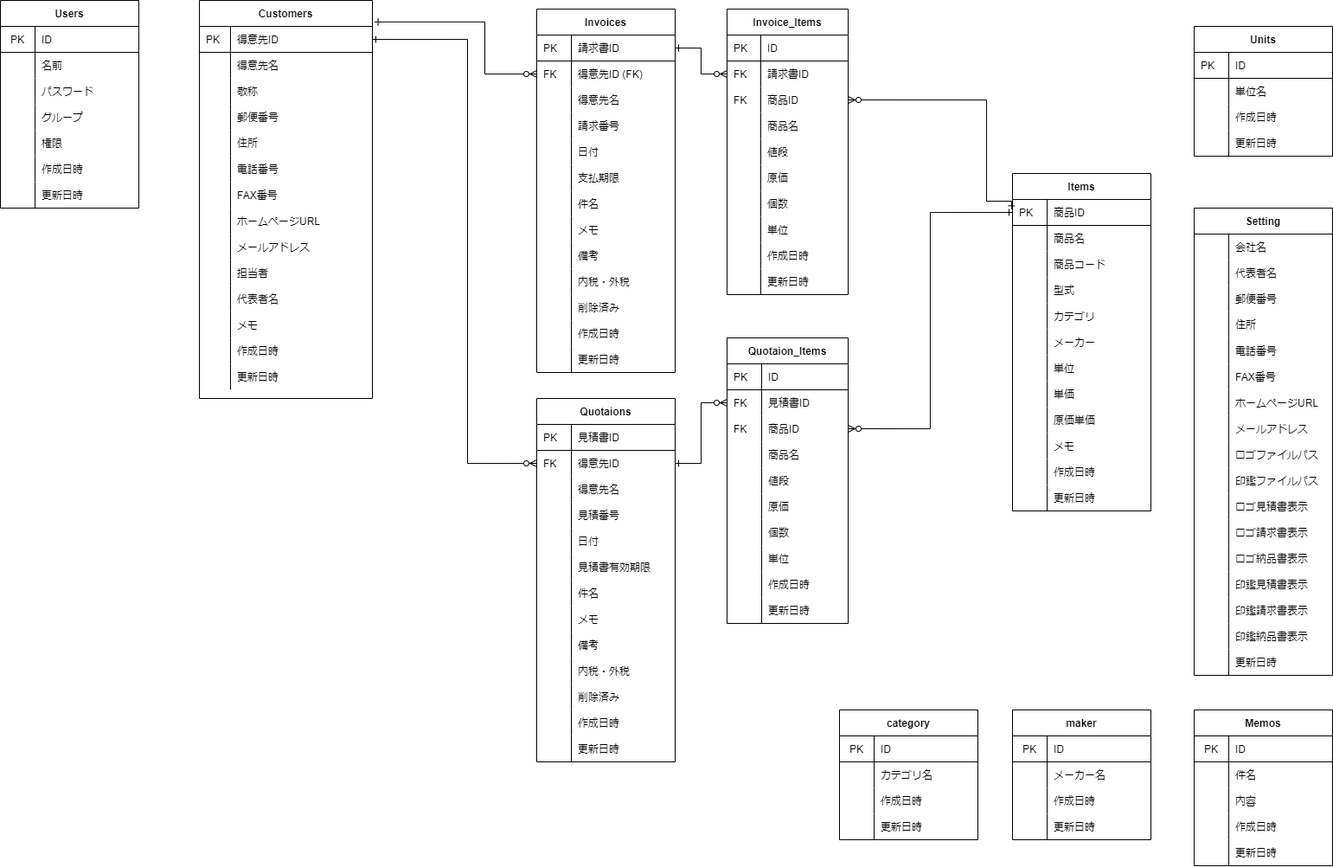
Above: soho_er.png in gamasenninn/caddie-clone (draw.io), before the change. Source tidied: cells renumbered, new cells last; positions are measured from the earlier drawing's top-left corner, leaving out a move shared by most shapes.
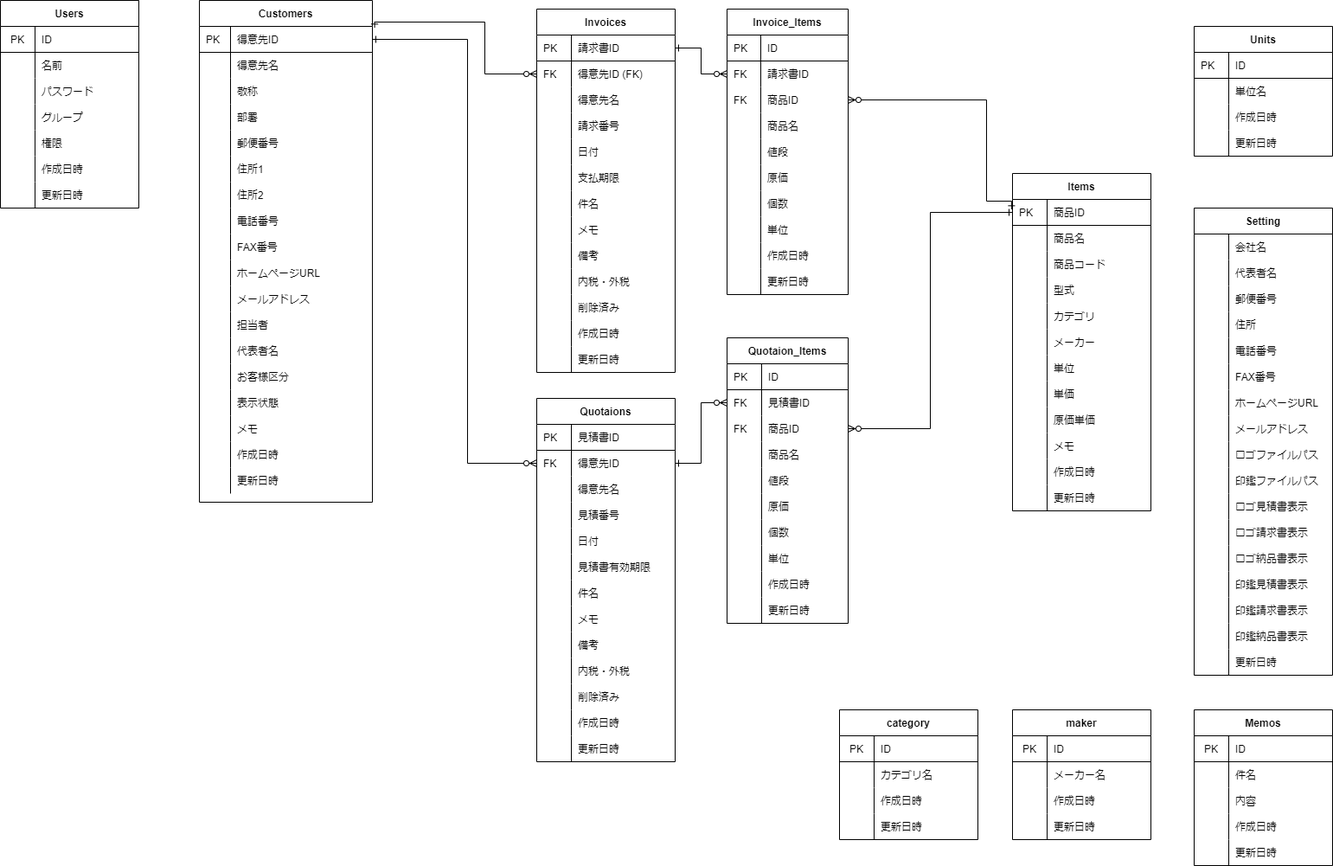
Above is the later version.

What changed in the source:
```diff
@@ -3,7 +3,7 @@
     <mxCell id="0" />
     <mxCell id="1" parent="0" />
     <mxCell id="2" value="Customers" style="shape=table;startSize=30;rowLines=0;fontStyle=1;align=center;" parent="1" vertex="1">
-      <mxGeometry x="230" width="200" height="460" as="geometry" />
+      <mxGeometry x="230" width="200" height="580" as="geometry" />
     </mxCell>
     <mxCell id="3" style="shape=partialRectangle;html=1;whiteSpace=wrap;fillColor=none;top=0;left=0;bottom=1;right=0;points=[[0,0.5],[1,0.5]];portConstraint=eastwest;" parent="2" vertex="1">
       <mxGeometry y="30" width="200" height="30" as="geometry" />
@@ -32,8 +32,17 @@
     <mxCell id="11" value="敬称" style="shape=partialRectangle;html=1;whiteSpace=wrap;fillColor=none;top=0;left=0;bottom=0;right=0;align=left;spacingLeft=6;overflow=hidden;" parent="9" vertex="1">
       <mxGeometry x="36" width="164" height="30" as="geometry" />
     </mxCell>
+    <mxCell id="359" style="shape=partialRectangle;html=1;whiteSpace=wrap;fillColor=none;top=0;left=0;bottom=0;right=0;" parent="2" vertex="1">
+      <mxGeometry y="120" width="200" height="30" as="geometry" />
+    </mxCell>
+    <mxCell id="360" style="shape=partialRectangle;html=1;whiteSpace=wrap;fillColor=none;top=0;left=0;bottom=0;right=0;align=left;spacingLeft=6;overflow=hidden;" parent="359" vertex="1">
+      <mxGeometry width="36" height="30" as="geometry" />
+    </mxCell>
+    <mxCell id="361" value="部署" style="shape=partialRectangle;html=1;whiteSpace=wrap;fillColor=none;top=0;left=0;bottom=0;right=0;align=left;spacingLeft=6;overflow=hidden;" parent="359" vertex="1">
+      <mxGeometry x="36" width="164" height="30" as="geometry" />
+    </mxCell>
     <mxCell id="12" style="shape=partialRectangle;html=1;whiteSpace=wrap;fillColor=none;top=0;left=0;bottom=0;right=0;" parent="2" vertex="1">
-      <mxGeometry y="120" width="200" height="30" as="geometry" />
+      <mxGeometry y="150" width="200" height="30" as="geometry" />
     </mxCell>
     <mxCell id="13" style="shape=partialRectangle;html=1;whiteSpace=wrap;fillColor=none;top=0;left=0;bottom=0;right=0;align=left;spacingLeft=6;overflow=hidden;" parent="12" vertex="1">
       <mxGeometry width="36" height="30" as="geometry" />
@@ -42,16 +51,25 @@
       <mxGeometry x="36" width="164" height="30" as="geometry" />
     </mxCell>
     <mxCell id="15" style="shape=partialRectangle;html=1;whiteSpace=wrap;fillColor=none;top=0;left=0;bottom=0;right=0;" parent="2" vertex="1">
-      <mxGeometry y="150" width="200" height="30" as="geometry" />
+      <mxGeometry y="180" width="200" height="30" as="geometry" />
     </mxCell>
     <mxCell id="16" style="shape=partialRectangle;html=1;whiteSpace=wrap;fillColor=none;top=0;left=0;bottom=0;right=0;align=left;spacingLeft=6;overflow=hidden;" parent="15" vertex="1">
       <mxGeometry width="36" height="30" as="geometry" />
     </mxCell>
-    <mxCell id="17" value="住所" style="shape=partialRectangle;html=1;whiteSpace=wrap;fillColor=none;top=0;left=0;bottom=0;right=0;align=left;spacingLeft=6;overflow=hidden;" parent="15" vertex="1">
+    <mxCell id="17" value="住所1" style="shape=partialRectangle;html=1;whiteSpace=wrap;fillColor=none;top=0;left=0;bottom=0;right=0;align=left;spacingLeft=6;overflow=hidden;" parent="15" vertex="1">
       <mxGeometry x="36" width="164" height="30" as="geometry" />
     </mxCell>
+    <mxCell id="362" style="shape=partialRectangle;html=1;whiteSpace=wrap;fillColor=none;top=0;left=0;bottom=0;right=0;" parent="2" vertex="1">
+      <mxGeometry y="210" width="200" height="30" as="geometry" />
+    </mxCell>
+    <mxCell id="363" style="shape=partialRectangle;html=1;whiteSpace=wrap;fillColor=none;top=0;left=0;bottom=0;right=0;align=left;spacingLeft=6;overflow=hidden;" parent="362" vertex="1">
+      <mxGeometry width="36" height="30" as="geometry" />
+    </mxCell>
+    <mxCell id="364" value="住所2" style="shape=partialRectangle;html=1;whiteSpace=wrap;fillColor=none;top=0;left=0;bottom=0;right=0;align=left;spacingLeft=6;overflow=hidden;" parent="362" vertex="1">
+      <mxGeometry x="36" width="164" height="30" as="geometry" />
+    </mxCell>
     <mxCell id="18" style="shape=partialRectangle;html=1;whiteSpace=wrap;fillColor=none;top=0;left=0;bottom=0;right=0;" parent="2" vertex="1">
-      <mxGeometry y="180" width="200" height="30" as="geometry" />
+      <mxGeometry y="240" width="200" height="30" as="geometry" />
     </mxCell>
     <mxCell id="19" style="shape=partialRectangle;html=1;whiteSpace=wrap;fillColor=none;top=0;left=0;bottom=0;right=0;align=left;spacingLeft=6;overflow=hidden;" parent="18" vertex="1">
       <mxGeometry width="36" height="30" as="geometry" />
@@ -60,7 +78,7 @@
       <mxGeometry x="36" width="164" height="30" as="geometry" />
     </mxCell>
     <mxCell id="21" style="shape=partialRectangle;html=1;whiteSpace=wrap;fillColor=none;top=0;left=0;bottom=0;right=0;" parent="2" vertex="1">
-      <mxGeometry y="210" width="200" height="30" as="geometry" />
+      <mxGeometry y="270" width="200" height="30" as="geometry" />
     </mxCell>
     <mxCell id="22" style="shape=partialRectangle;html=1;whiteSpace=wrap;fillColor=none;top=0;left=0;bottom=0;right=0;align=left;spacingLeft=6;overflow=hidden;" parent="21" vertex="1">
       <mxGeometry width="36" height="30" as="geometry" />
@@ -69,7 +87,7 @@
       <mxGeometry x="36" width="164" height="30" as="geometry" />
     </mxCell>
     <mxCell id="24" style="shape=partialRectangle;html=1;whiteSpace=wrap;fillColor=none;top=0;left=0;bottom=0;right=0;" parent="2" vertex="1">
-      <mxGeometry y="240" width="200" height="30" as="geometry" />
+      <mxGeometry y="300" width="200" height="30" as="geometry" />
     </mxCell>
     <mxCell id="25" style="shape=partialRectangle;html=1;whiteSpace=wrap;fillColor=none;top=0;left=0;bottom=0;right=0;align=left;spacingLeft=6;overflow=hidden;" parent="24" vertex="1">
       <mxGeometry width="36" height="30" as="geometry" />
@@ -78,7 +96,7 @@
       <mxGeometry x="36" width="164" height="30" as="geometry" />
     </mxCell>
     <mxCell id="27" style="shape=partialRectangle;html=1;whiteSpace=wrap;fillColor=none;top=0;left=0;bottom=0;right=0;" parent="2" vertex="1">
-      <mxGeometry y="270" width="200" height="30" as="geometry" />
+      <mxGeometry y="330" width="200" height="30" as="geometry" />
     </mxCell>
     <mxCell id="28" style="shape=partialRectangle;html=1;whiteSpace=wrap;fillColor=none;top=0;left=0;bottom=0;right=0;align=left;spacingLeft=6;overflow=hidden;" parent="27" vertex="1">
       <mxGeometry width="36" height="30" as="geometry" />
@@ -87,7 +105,7 @@
       <mxGeometry x="36" width="164" height="30" as="geometry" />
     </mxCell>
     <mxCell id="30" style="shape=partialRectangle;html=1;whiteSpace=wrap;fillColor=none;top=0;left=0;bottom=0;right=0;" parent="2" vertex="1">
-      <mxGeometry y="300" width="200" height="30" as="geometry" />
+      <mxGeometry y="360" width="200" height="30" as="geometry" />
     </mxCell>
     <mxCell id="31" style="shape=partialRectangle;html=1;whiteSpace=wrap;fillColor=none;top=0;left=0;bottom=0;right=0;align=left;spacingLeft=6;overflow=hidden;" parent="30" vertex="1">
       <mxGeometry width="36" height="30" as="geometry" />
@@ -96,7 +114,7 @@
       <mxGeometry x="36" width="164" height="30" as="geometry" />
     </mxCell>
     <mxCell id="33" style="shape=partialRectangle;html=1;whiteSpace=wrap;fillColor=none;top=0;left=0;bottom=0;right=0;" parent="2" vertex="1">
-      <mxGeometry y="330" width="200" height="30" as="geometry" />
+      <mxGeometry y="390" width="200" height="30" as="geometry" />
     </mxCell>
     <mxCell id="34" style="shape=partialRectangle;html=1;whiteSpace=wrap;fillColor=none;top=0;left=0;bottom=0;right=0;align=left;spacingLeft=6;overflow=hidden;" parent="33" vertex="1">
       <mxGeometry width="36" height="30" as="geometry" />
@@ -104,8 +122,26 @@
     <mxCell id="35" value="代表者名" style="shape=partialRectangle;html=1;whiteSpace=wrap;fillColor=none;top=0;left=0;bottom=0;right=0;align=left;spacingLeft=6;overflow=hidden;" parent="33" vertex="1">
       <mxGeometry x="36" width="164" height="30" as="geometry" />
     </mxCell>
+    <mxCell id="365" style="shape=partialRectangle;html=1;whiteSpace=wrap;fillColor=none;top=0;left=0;bottom=0;right=0;" parent="2" vertex="1">
+      <mxGeometry y="420" width="200" height="30" as="geometry" />
+    </mxCell>
+    <mxCell id="366" style="shape=partialRectangle;html=1;whiteSpace=wrap;fillColor=none;top=0;left=0;bottom=0;right=0;align=left;spacingLeft=6;overflow=hidden;" parent="365" vertex="1">
+      <mxGeometry width="36" height="30" as="geometry" />
+    </mxCell>
+    <mxCell id="367" value="お客様区分" style="shape=partialRectangle;html=1;whiteSpace=wrap;fillColor=none;top=0;left=0;bottom=0;right=0;align=left;spacingLeft=6;overflow=hidden;" parent="365" vertex="1">
+      <mxGeometry x="36" width="164" height="30" as="geometry" />
+    </mxCell>
+    <mxCell id="368" style="shape=partialRectangle;html=1;whiteSpace=wrap;fillColor=none;top=0;left=0;bottom=0;right=0;" parent="2" vertex="1">
+      <mxGeometry y="450" width="200" height="30" as="geometry" />
+    </mxCell>
+    <mxCell id="369" style="shape=partialRectangle;html=1;whiteSpace=wrap;fillColor=none;top=0;left=0;bottom=0;right=0;align=left;spacingLeft=6;overflow=hidden;" parent="368" vertex="1">
+      <mxGeometry width="36" height="30" as="geometry" />
+    </mxCell>
+    <mxCell id="370" value="表示状態" style="shape=partialRectangle;html=1;whiteSpace=wrap;fillColor=none;top=0;left=0;bottom=0;right=0;align=left;spacingLeft=6;overflow=hidden;" parent="368" vertex="1">
+      <mxGeometry x="36" width="164" height="30" as="geometry" />
+    </mxCell>
     <mxCell id="36" style="shape=partialRectangle;html=1;whiteSpace=wrap;fillColor=none;top=0;left=0;bottom=0;right=0;" parent="2" vertex="1">
-      <mxGeometry y="360" width="200" height="30" as="geometry" />
+      <mxGeometry y="480" width="200" height="30" as="geometry" />
     </mxCell>
     <mxCell id="37" style="shape=partialRectangle;html=1;whiteSpace=wrap;fillColor=none;top=0;left=0;bottom=0;right=0;align=left;spacingLeft=6;overflow=hidden;" parent="36" vertex="1">
       <mxGeometry width="36" height="30" as="geometry" />
@@ -114,7 +150,7 @@
       <mxGeometry x="36" width="164" height="30" as="geometry" />
     </mxCell>
     <mxCell id="39" style="shape=partialRectangle;html=1;whiteSpace=wrap;fillColor=none;top=0;left=0;bottom=0;right=0;" parent="2" vertex="1">
-      <mxGeometry y="390" width="200" height="30" as="geometry" />
+      <mxGeometry y="510" width="200" height="30" as="geometry" />
     </mxCell>
     <mxCell id="40" style="shape=partialRectangle;html=1;whiteSpace=wrap;fillColor=none;top=0;left=0;bottom=0;right=0;align=left;spacingLeft=6;overflow=hidden;" parent="39" vertex="1">
       <mxGeometry width="36" height="30" as="geometry" />
@@ -123,7 +159,7 @@
       <mxGeometry x="36" width="164" height="30" as="geometry" />
     </mxCell>
     <mxCell id="42" style="shape=partialRectangle;html=1;whiteSpace=wrap;fillColor=none;top=0;left=0;bottom=0;right=0;" parent="2" vertex="1">
-      <mxGeometry y="420" width="200" height="30" as="geometry" />
+      <mxGeometry y="540" width="200" height="30" as="geometry" />
     </mxCell>
     <mxCell id="43" style="shape=partialRectangle;html=1;whiteSpace=wrap;fillColor=none;top=0;left=0;bottom=0;right=0;align=left;spacingLeft=6;overflow=hidden;" parent="42" vertex="1">
       <mxGeometry width="36" height="30" as="geometry" />
```
